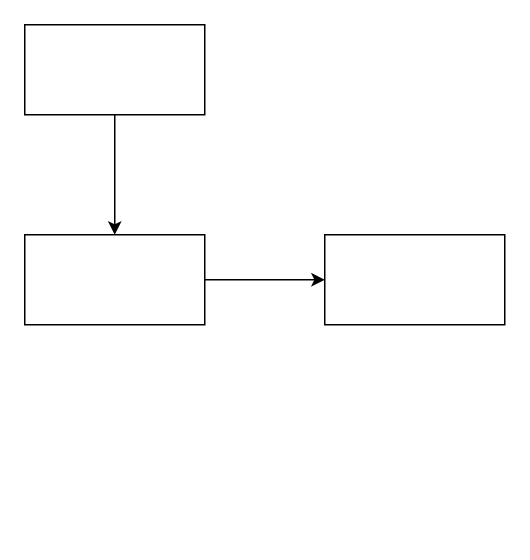
Before: 未命名绘图.drawio in yjwidr/diagarm, a draw.io diagram. Source tidied: cells renumbered, new cells numbered last; positions are measured from the earlier drawing's top-left corner, leaving out a move shared by most shapes. Both pictures are drawn from the tidied source at 150%, with x=0, y=0 at pixel (24, 24).
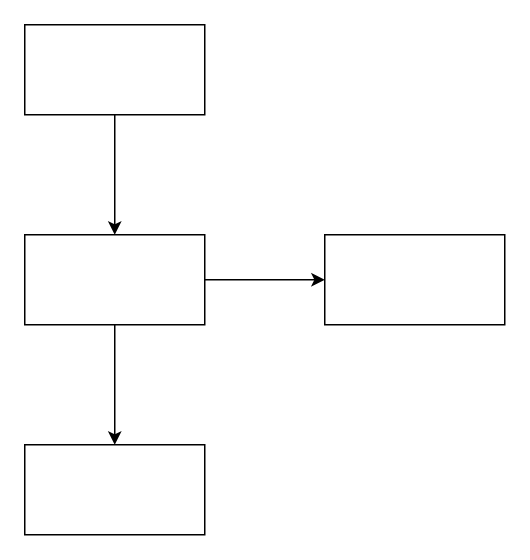
Above is the later version.

Commit message (it also covers changes not shown here):
云协作上传.drawio

What changed in the source:
```diff
@@
 <mxGraphModel>
   <root>
     <mxCell id="0" />
     <mxCell id="1" parent="0" />
     <mxCell id="2" style="edgeStyle=orthogonalEdgeStyle;rounded=0;jettySize=auto;html=1;" parent="1" edge="1" source="3" target="5">
       <mxGeometry relative="1" as="geometry" />
     </mxCell>
     <mxCell id="3" style="rounded=0;whiteSpace=wrap;html=1;" parent="1" vertex="1">
       <mxGeometry width="120" height="60" as="geometry" />
     </mxCell>
     <mxCell id="4" style="edgeStyle=orthogonalEdgeStyle;rounded=0;jettySize=auto;html=1;" parent="1" edge="1" source="5" target="6">
       <mxGeometry relative="1" as="geometry" />
     </mxCell>
+    <mxCell id="7" style="edgeStyle=orthogonalEdgeStyle;rounded=0;jettySize=auto;html=1;" parent="1" edge="1" source="5" target="8">
+      <mxGeometry relative="1" as="geometry" />
+    </mxCell>
     <mxCell id="5" style="whiteSpace=wrap;html=1;rounded=0;" parent="1" vertex="1">
       <mxGeometry y="140" width="120" height="60" as="geometry" />
     </mxCell>
     <mxCell id="6" style="whiteSpace=wrap;html=1;rounded=0;" parent="1" vertex="1">
       <mxGeometry x="200" y="140" width="120" height="60" as="geometry" />
     </mxCell>
+    <mxCell id="8" style="whiteSpace=wrap;html=1;rounded=0;" parent="1" vertex="1">
+      <mxGeometry y="280" width="120" height="60" as="geometry" />
+    </mxCell>
   </root>
 </mxGraphModel>
```
